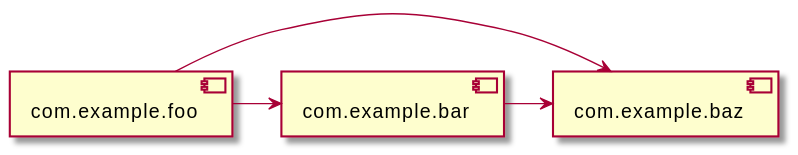
Earlier version of the PlantUML export java-module/assets/plantuml/case3.svg (backpaper0/sandbox).
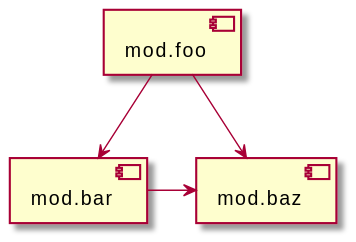
After the change.

Change to the diagram source:
```diff
@@ -1,5 +1,5 @@
 @startuml case3
-[com.example.foo] -> [com.example.bar]
-[com.example.foo] -> [com.example.baz]
-[com.example.bar] -> [com.example.baz]
+[mod.foo] --> [mod.bar]
+[mod.foo] --> [mod.baz]
+[mod.bar] -> [mod.baz]
 @enduml
```
